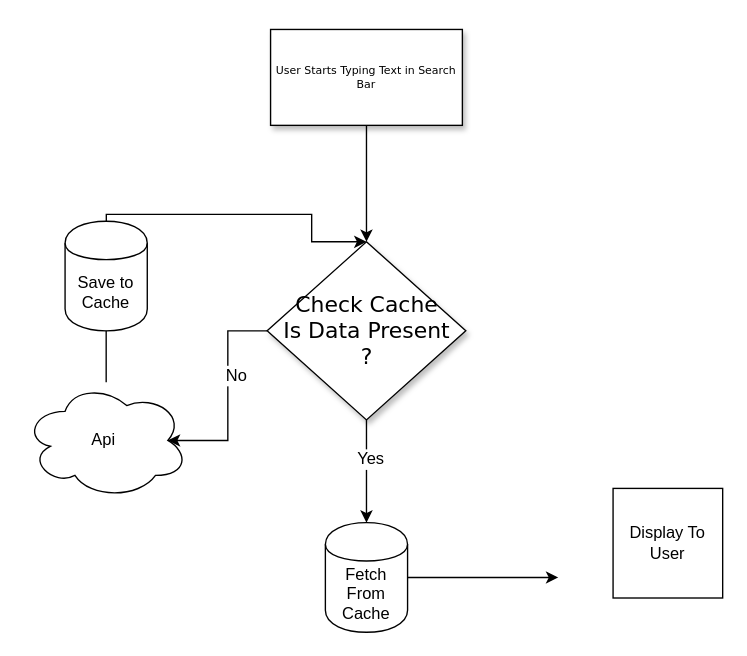
Before: News.drawio in gokul-a-krishnan/ContentProvider, a draw.io diagram. Source tidied: cells renumbered, new cells numbered last; positions are measured from the earlier drawing's top-left corner, leaving out a move shared by most shapes. Both pictures are drawn from the tidied source at 137%, with x=0, y=0 at pixel (23, 29).
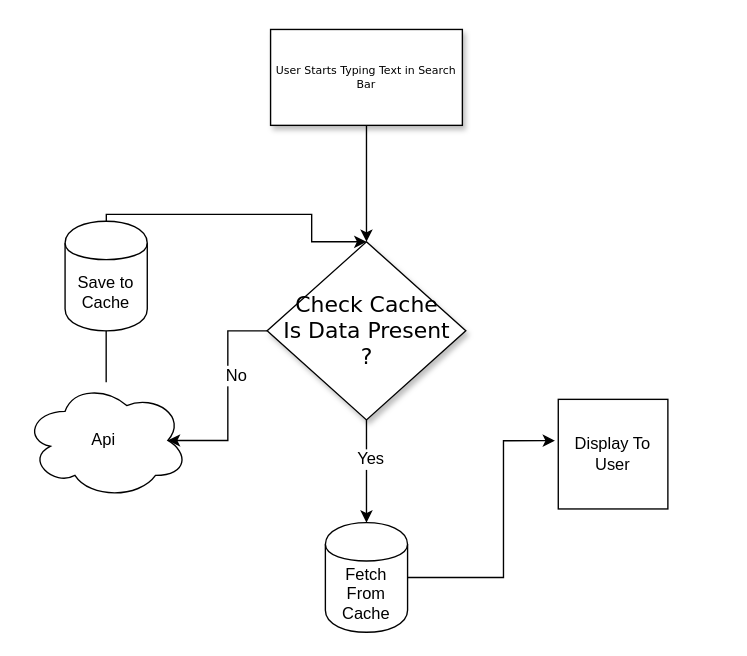
The same page after the edit.

The change refers to these unchanged cells:
```xml
<mxCell id="14" value="&lt;span style=&quot;white-space: normal&quot;&gt;Fetch From Cache&lt;/span&gt;" style="shape=cylinder;whiteSpace=wrap;html=1;boundedLbl=1;backgroundOutline=1;" parent="1" vertex="1">
  <mxGeometry x="220" y="360" width="60" height="80" as="geometry" />
</mxCell>
```

Diff of the diagram source:
```diff
@@
-    <mxCell id="13" style="edgeStyle=orthogonalEdgeStyle;rounded=0;jettySize=auto;html=1;" parent="1" edge="1" source="14">
-      <mxGeometry relative="1" as="geometry">
-        <mxPoint x="390" y="400" as="targetPoint" />
-      </mxGeometry>
-    </mxCell>
+    <mxCell id="16" style="edgeStyle=orthogonalEdgeStyle;rounded=0;jettySize=auto;html=1;entryX=-0.03;entryY=0.377;entryDx=0;entryDy=0;entryPerimeter=0;" parent="1" edge="1" source="14" target="15">
+      <mxGeometry relative="1" as="geometry">
+        <Array as="points">
+          <mxPoint x="350" y="400" />
+          <mxPoint x="350" y="300" />
+        </Array>
+      </mxGeometry>
+    </mxCell>
@@
     <mxCell id="15" value="Display To User" style="whiteSpace=wrap;html=1;" parent="1" vertex="1">
-      <mxGeometry x="430" y="335" width="80" height="80" as="geometry" />
+      <mxGeometry x="390" y="270" width="80" height="80" as="geometry" />
     </mxCell>
```
